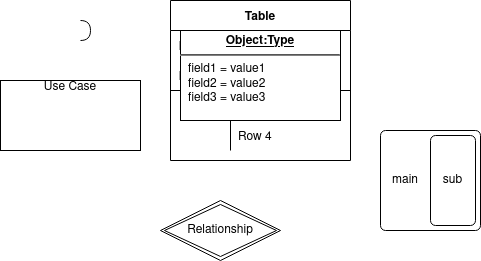
The draw.io diagram final.png in dtcg/republique, before a commit. Source tidied: cells renumbered, new cells last; positions are measured from the earlier drawing's top-left corner, leaving out a move shared by most shapes.
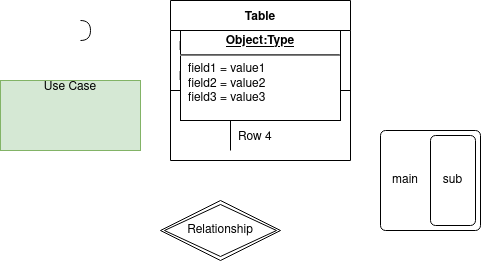
Above is the later version.

What changed in the source:
```diff
@@ -59,7 +59,7 @@
     <mxCell id="20" value="&lt;p style=&quot;margin:0px;margin-top:4px;text-align:center;text-decoration:underline;&quot;&gt;&lt;b&gt;Object:Type&lt;/b&gt;&lt;/p&gt;&lt;hr/&gt;&lt;p style=&quot;margin:0px;margin-left:8px;&quot;&gt;field1 = value1&lt;br/&gt;field2 = value2&lt;br&gt;field3 = value3&lt;/p&gt;" style="verticalAlign=top;align=left;overflow=fill;fontSize=12;fontFamily=Helvetica;html=1;" parent="1" vertex="1">
       <mxGeometry x="180" y="30" width="160" height="90" as="geometry" />
     </mxCell>
-    <mxCell id="21" value="Use Case" style="verticalAlign=top;align=center;overflow=fill;fontSize=12;fontFamily=Helvetica;html=1;fontColor=default;strokeColor=default;fillColor=default;" parent="1" vertex="1">
+    <mxCell id="21" value="Use Case" style="verticalAlign=top;align=center;overflow=fill;fontSize=12;fontFamily=Helvetica;html=1;strokeColor=#82b366;fillColor=#d5e8d4;" parent="1" vertex="1">
       <mxGeometry y="80" width="140" height="70" as="geometry" />
     </mxCell>
     <mxCell id="22" style="shape=requiredInterface;html=1;verticalLabelPosition=bottom;sketch=0;" parent="1" vertex="1">
```
